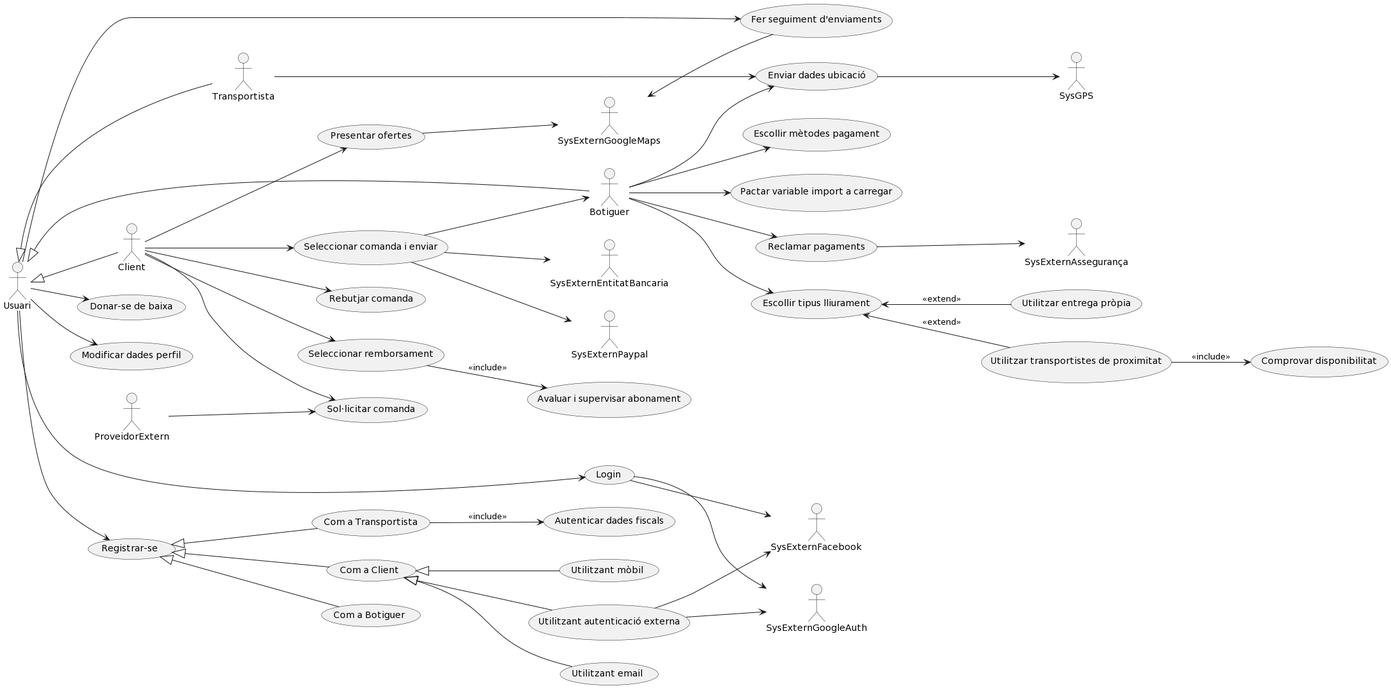
Earlier version of the PlantUML export diagrams/sprint1_diag_casos_dus.png (yeray142/es2022uab).
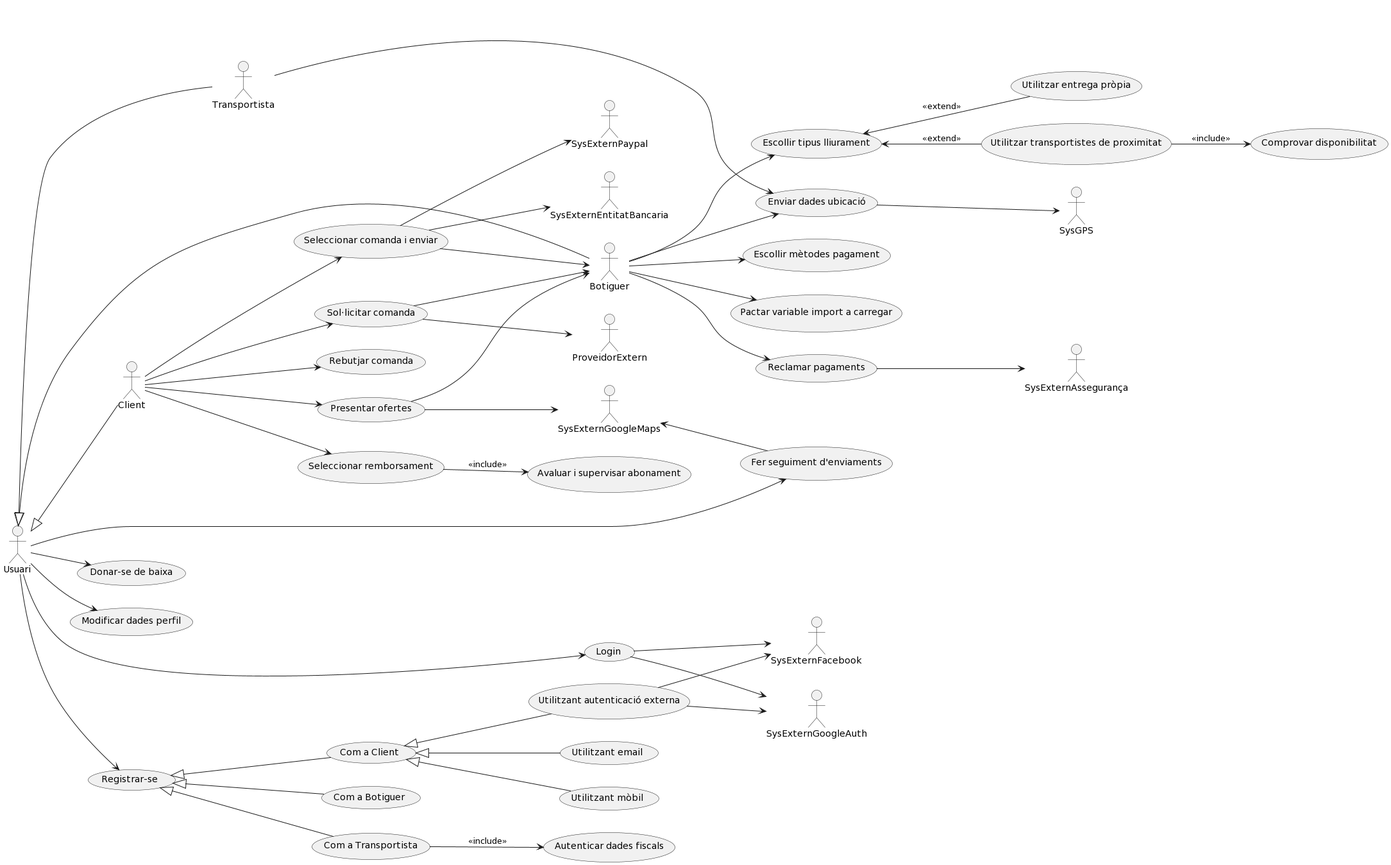
Later version of the same file.

Commit message:
Millorant diagrama de casos d'ús

Petits canvis al diagrama de casos d'ús.

Diff of the diagram source:
```diff
@@ -43,7 +43,9 @@
 (Seleccionar remborsament) --> (Avaluar i supervisar abonament) : <<include>>
 Client --> (Rebutjar comanda)
 (Presentar ofertes) --> SysExternGoogleMaps
-ProveidorExtern --> (Sol·licitar comanda)
+(Presentar ofertes) --> Botiguer
+(Sol·licitar comanda) --> ProveidorExtern
+(Sol·licitar comanda) --> Botiguer
 
 
 Botiguer --> (Escollir mètodes pagament)
```
